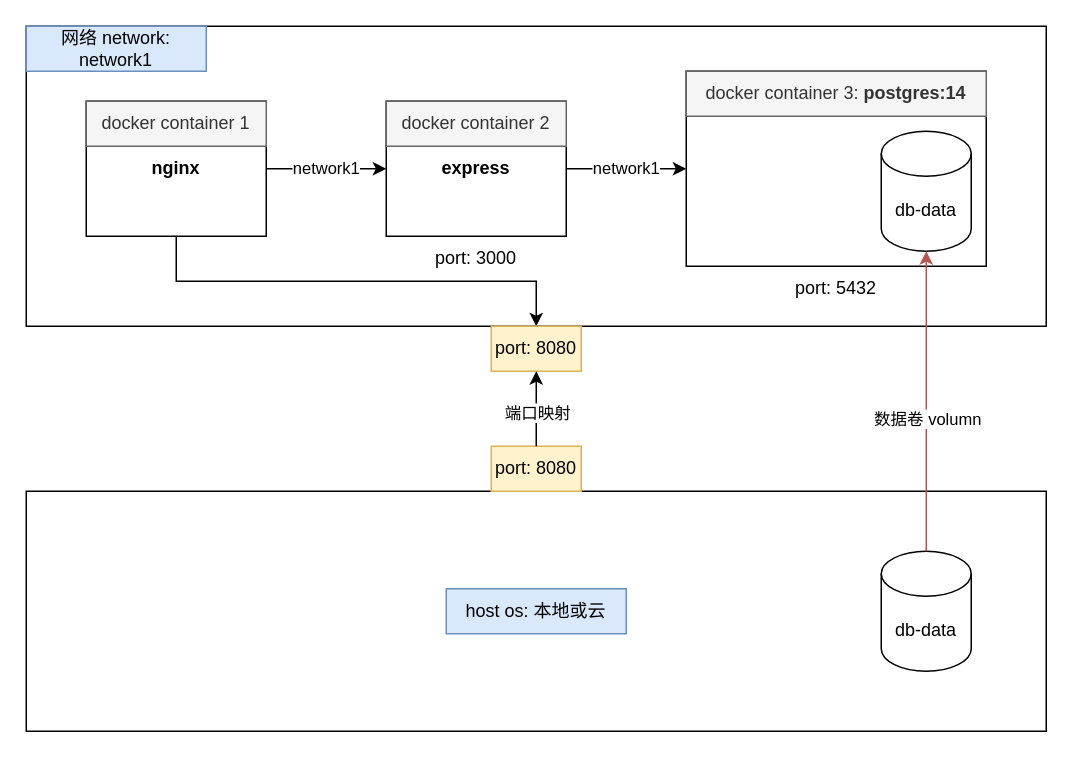
knight174/docker-compose-demo keeps this draw.io diagram as docs/docker-design.drawio. Above is the earlier version. Source tidied: cells renumbered, new cells numbered last; positions are measured from the earlier drawing's top-left corner, leaving out a move shared by most shapes. Both pictures are drawn from the tidied source at 150%, with x=0, y=0 at pixel (26, 26).
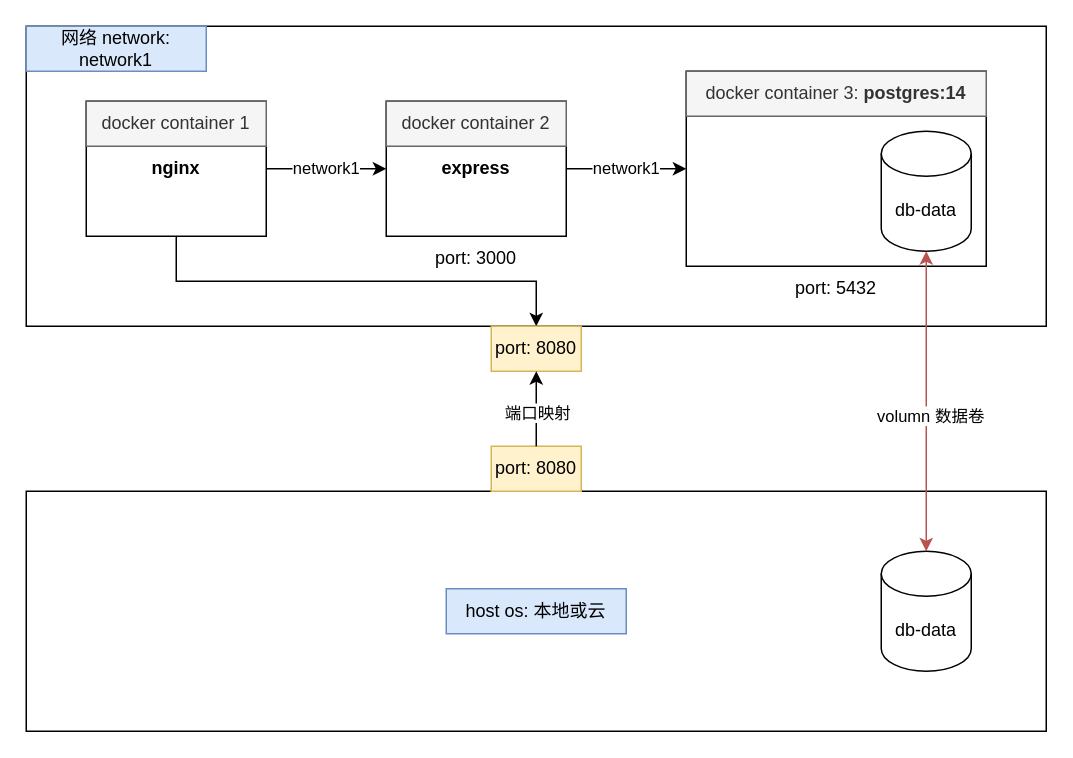
The same diagram, later.

Unchanged cells that the change refers to:
```xml
<mxCell id="17" value="db-data" style="shape=cylinder3;whiteSpace=wrap;html=1;boundedLbl=1;backgroundOutline=1;size=15;" parent="1" vertex="1">
  <mxGeometry x="570" y="70" width="60" height="80" as="geometry" />
</mxCell>
<mxCell id="18" value="db-data" style="shape=cylinder3;whiteSpace=wrap;html=1;boundedLbl=1;backgroundOutline=1;size=15;" parent="1" vertex="1">
  <mxGeometry x="570" y="350" width="60" height="80" as="geometry" />
</mxCell>
```

Change to the diagram source:
```diff
@@
-    <mxCell id="20" style="endArrow=classic;html=1;rounded=0;fillColor=#f8cecc;strokeColor=#b85450;" parent="1" edge="1" source="18" target="17">
-      <mxGeometry relative="1" as="geometry" />
-    </mxCell>
-    <mxCell id="21" value="数据卷 volumn" style="edgeLabel;html=1;align=center;verticalAlign=middle;" parent="20" vertex="1">
-      <mxGeometry x="-0.11" relative="1" as="geometry" />
-    </mxCell>
@@
+    <mxCell id="25" style="endArrow=classic;startArrow=classic;html=1;rounded=0;fillColor=#f8cecc;strokeColor=#b85450;" parent="1" edge="1" source="18">
+      <mxGeometry relative="1" as="geometry">
+        <mxPoint x="600" y="150" as="targetPoint" />
+      </mxGeometry>
+    </mxCell>
+    <mxCell id="26" value="volumn 数据卷" style="edgeLabel;html=1;align=center;verticalAlign=middle;" parent="25" vertex="1">
+      <mxGeometry x="-0.09" y="-2" relative="1" as="geometry" />
+    </mxCell>
```
